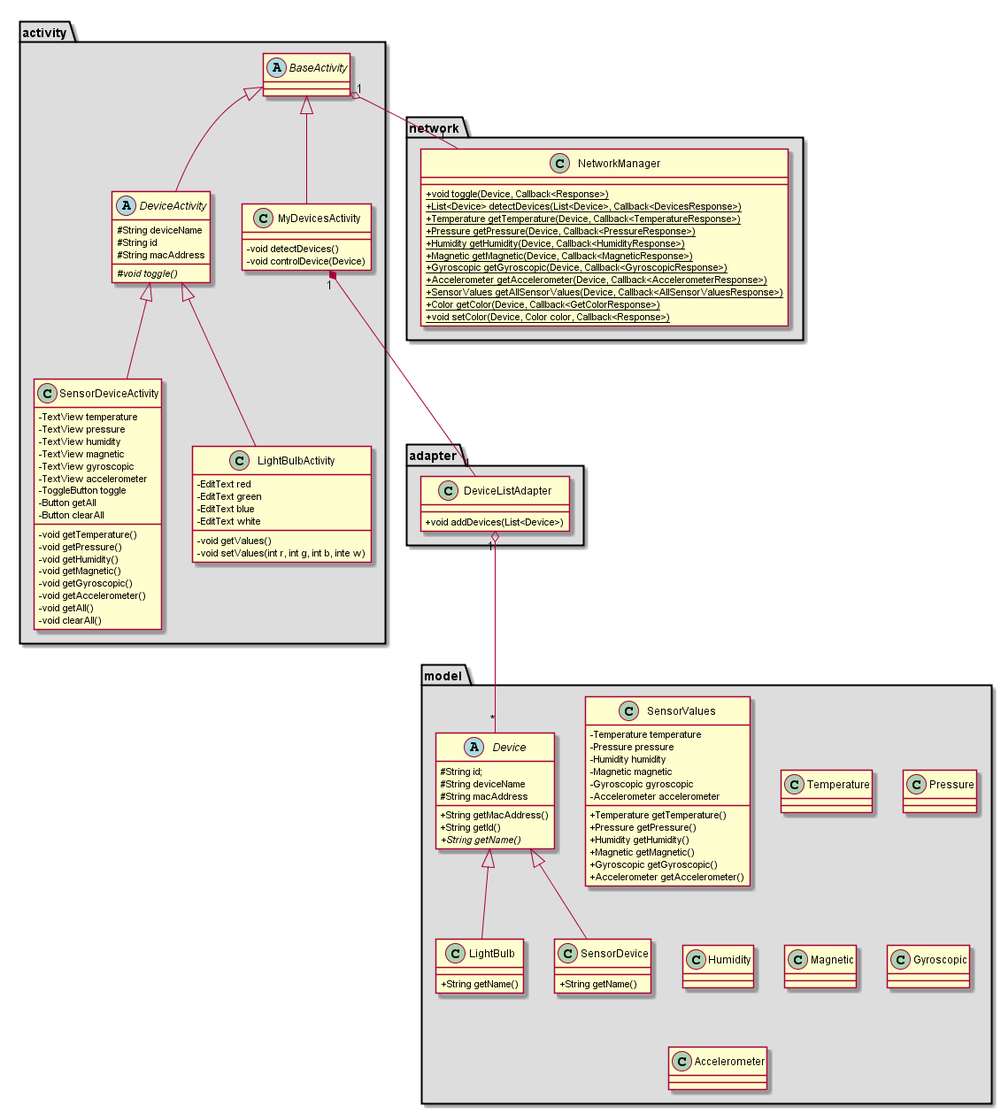
ockka/ETSN05-Group2 keeps this PlantUML diagram as docs/STLDD/class_diagram.png. Above is the earlier version.
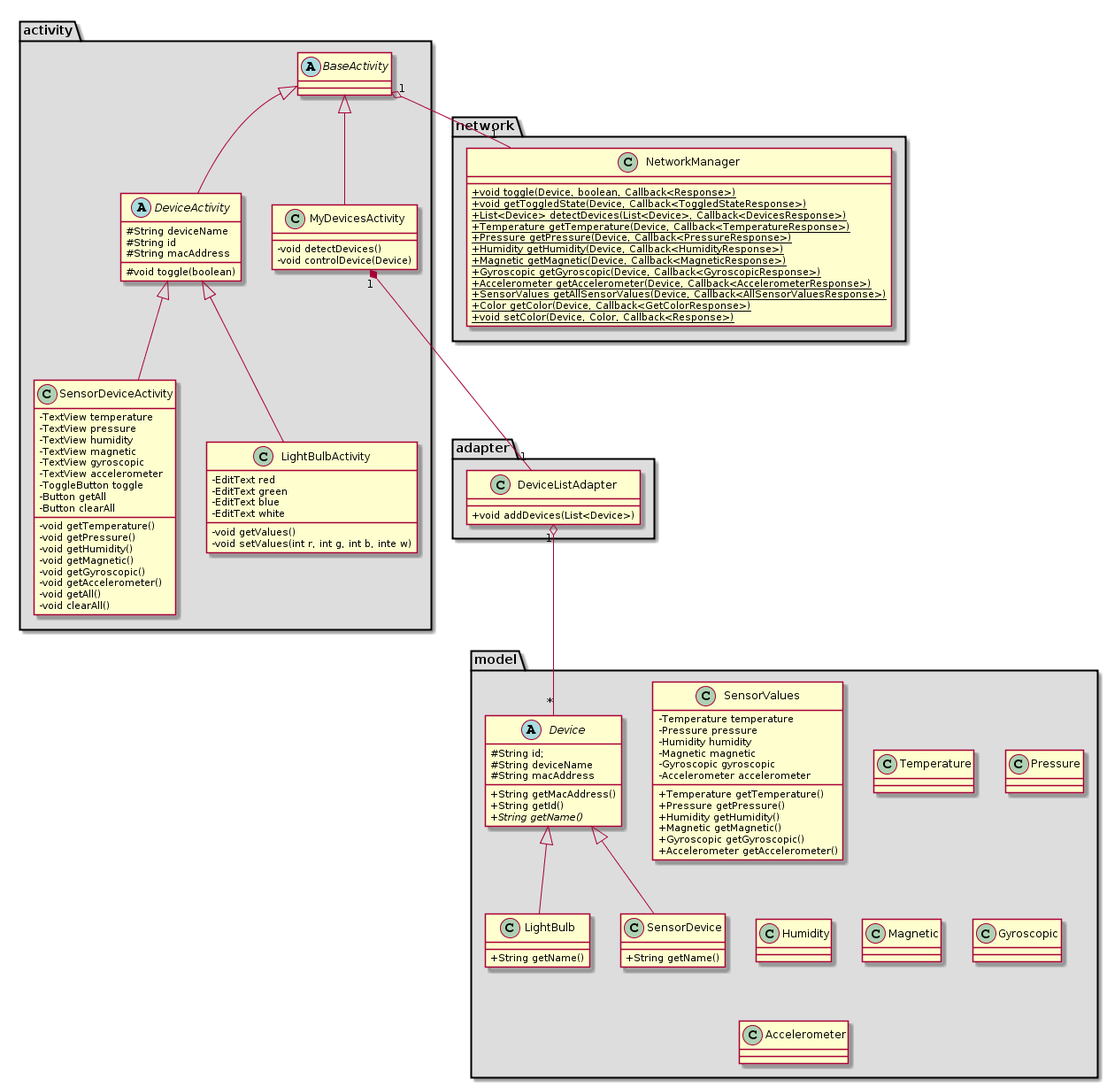
After the change.

Commit message:
Added boolean to toggle call. Added getToggledState call

Diff of the diagram source:
```diff
@@ -28,7 +28,8 @@
 }
 
  class NetworkManager{
- +{static} void toggle(Device, Callback<Response>)
+ +{static} void toggle(Device, boolean, Callback<Response>)
+ +{static} void getToggledState(Device, Callback<ToggledStateResponse>)
  +{static} List<Device> detectDevices(List<Device>, Callback<DevicesResponse>)
  +{static} Temperature getTemperature(Device, Callback<TemperatureResponse>)
  +{static} Pressure getPressure(Device, Callback<PressureResponse>)
@@ -38,7 +39,7 @@
  +{static} Accelerometer getAccelerometer(Device, Callback<AccelerometerResponse>)
  +{static} SensorValues getAllSensorValues(Device, Callback<AllSensorValuesResponse>)
  +{static} Color getColor(Device, Callback<GetColorResponse>)
- +{static} void setColor(Device, Color color, Callback<Response>)
+ +{static} void setColor(Device, Color, Callback<Response>)
 }
 
 abstract class BaseActivity{
@@ -86,7 +87,7 @@
  #String deviceName
  #String id
  #String macAddress
- #{abstract} void toggle()
+ #void toggle(boolean)
 }
 
 
@@ -133,5 +134,4 @@
 MyDevicesActivity "1" *-- "1" DeviceListAdapter
 DeviceListAdapter "1" o-- "*" Device
 BaseActivity "1" o-- "1" NetworkManager
-
 @enduml
```
